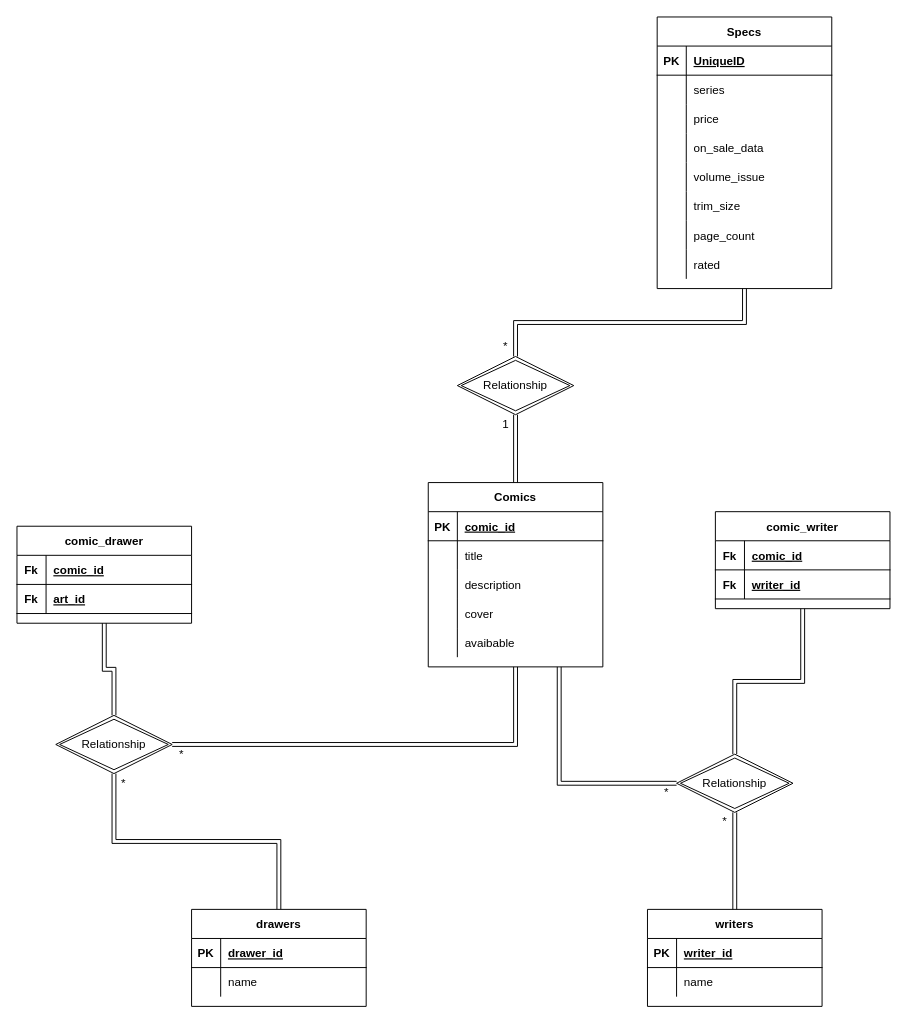
Above: diagramm_db.drawio in MirkoR89/laravel-comics (draw.io), before the change. Source tidied: cells renumbered, new cells numbered last; positions are measured from the earlier drawing's top-left corner, leaving out a move shared by most shapes. Both pictures are drawn from the tidied source at 97%, with x=0, y=0 at pixel (16, 16).
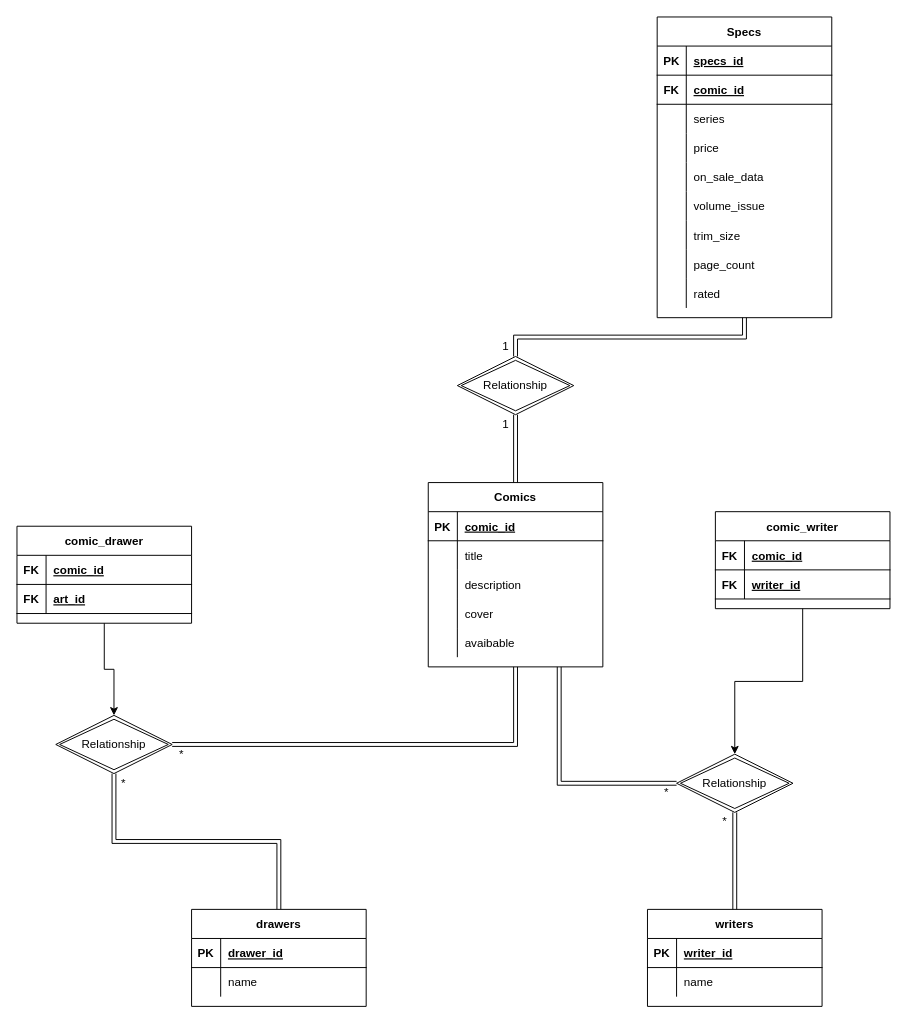
The same page after the edit.

The change refers to these unchanged cells:
```xml
<mxCell id="20" style="shape=partialRectangle;fillColor=none;top=0;left=0;bottom=1;right=0;" parent="19" vertex="1">
  <mxGeometry y="30" width="180" height="30" as="geometry" />
</mxCell>
<mxCell id="61" value="Relationship" style="shape=rhombus;double=1;perimeter=rhombusPerimeter;whiteSpace=wrap;html=1;align=center;" parent="1" vertex="1">
  <mxGeometry x="680" y="760" width="120" height="60" as="geometry" />
</mxCell>
<mxCell id="63" value="Relationship" style="shape=rhombus;double=1;perimeter=rhombusPerimeter;whiteSpace=wrap;html=1;align=center;" parent="1" vertex="1">
  <mxGeometry x="40" y="720" width="120" height="60" as="geometry" />
</mxCell>
<mxCell id="73" value="comic_drawer" style="shape=table;startSize=30;childLayout=tableLayout;rowLines=0;fontStyle=1;align=center;" parent="1" vertex="1">
  <mxGeometry y="525" width="180" height="100" as="geometry" />
</mxCell>
<mxCell id="74" style="shape=partialRectangle;fillColor=none;top=0;left=0;bottom=1;right=0;" parent="73" vertex="1">
  <mxGeometry y="30" width="180" height="30" as="geometry" />
</mxCell>
<mxCell id="77" style="shape=partialRectangle;fillColor=none;top=0;left=0;bottom=1;right=0;" parent="73" vertex="1">
  <mxGeometry y="60" width="180" height="30" as="geometry" />
</mxCell>
<mxCell id="81" value="comic_writer" style="shape=table;startSize=30;childLayout=tableLayout;rowLines=0;fontStyle=1;align=center;" parent="1" vertex="1">
  <mxGeometry x="720" y="510" width="180" height="100" as="geometry" />
</mxCell>
<mxCell id="82" style="shape=partialRectangle;fillColor=none;top=0;left=0;bottom=1;right=0;" parent="81" vertex="1">
  <mxGeometry y="30" width="180" height="30" as="geometry" />
</mxCell>
<mxCell id="85" style="shape=partialRectangle;fillColor=none;top=0;left=0;bottom=1;right=0;" parent="81" vertex="1">
  <mxGeometry y="60" width="180" height="30" as="geometry" />
</mxCell>
```

The edit, as a diff of the source:
```diff
@@
     <mxCell id="19" value="Specs" style="shape=table;startSize=30;childLayout=tableLayout;rowLines=0;fontStyle=1;align=center;" parent="1" vertex="1">
-      <mxGeometry x="660" width="180" height="280" as="geometry" />
+      <mxGeometry x="660" width="180" height="310" as="geometry" />
     </mxCell>
@@
-    <mxCell id="22" value="UniqueID" style="shape=partialRectangle;fillColor=none;top=0;left=0;bottom=0;right=0;align=left;spacingLeft=6;fontStyle=5;overflow=hidden;" parent="20" vertex="1">
+    <mxCell id="22" value="specs_id" style="shape=partialRectangle;fillColor=none;top=0;left=0;bottom=0;right=0;align=left;spacingLeft=6;fontStyle=5;overflow=hidden;" parent="20" vertex="1">
       <mxGeometry x="30" width="150" height="30" as="geometry" />
     </mxCell>
+    <mxCell id="88" style="shape=partialRectangle;fillColor=none;top=0;left=0;bottom=1;right=0;" parent="19" vertex="1">
+      <mxGeometry y="60" width="180" height="30" as="geometry" />
+    </mxCell>
+    <mxCell id="89" value="FK" style="shape=partialRectangle;fillColor=none;top=0;left=0;bottom=0;right=0;fontStyle=1;overflow=hidden;" parent="88" vertex="1">
+      <mxGeometry width="30" height="30" as="geometry" />
+    </mxCell>
+    <mxCell id="90" value="comic_id" style="shape=partialRectangle;fillColor=none;top=0;left=0;bottom=0;right=0;align=left;spacingLeft=6;fontStyle=5;overflow=hidden;" parent="88" vertex="1">
+      <mxGeometry x="30" width="150" height="30" as="geometry" />
+    </mxCell>
     <mxCell id="23" style="shape=partialRectangle;fillColor=none;top=0;left=0;bottom=0;right=0;" parent="19" vertex="1">
-      <mxGeometry y="60" width="180" height="30" as="geometry" />
+      <mxGeometry y="90" width="180" height="30" as="geometry" />
     </mxCell>
@@
     <mxCell id="26" style="shape=partialRectangle;fillColor=none;top=0;left=0;bottom=0;right=0;" parent="19" vertex="1">
-      <mxGeometry y="90" width="180" height="30" as="geometry" />
+      <mxGeometry y="120" width="180" height="30" as="geometry" />
     </mxCell>
@@
     <mxCell id="29" style="shape=partialRectangle;fillColor=none;top=0;left=0;bottom=0;right=0;" parent="19" vertex="1">
-      <mxGeometry y="120" width="180" height="30" as="geometry" />
+      <mxGeometry y="150" width="180" height="30" as="geometry" />
     </mxCell>
@@
     <mxCell id="32" style="shape=partialRectangle;fillColor=none;top=0;left=0;bottom=0;right=0;" parent="19" vertex="1">
-      <mxGeometry y="150" width="180" height="30" as="geometry" />
+      <mxGeometry y="180" width="180" height="30" as="geometry" />
     </mxCell>
@@
     <mxCell id="35" style="shape=partialRectangle;fillColor=none;top=0;left=0;bottom=0;right=0;" parent="19" vertex="1">
-      <mxGeometry y="180" width="180" height="30" as="geometry" />
+      <mxGeometry y="210" width="180" height="30" as="geometry" />
     </mxCell>
@@
     <mxCell id="38" style="shape=partialRectangle;fillColor=none;top=0;left=0;bottom=0;right=0;" parent="19" vertex="1">
-      <mxGeometry y="210" width="180" height="30" as="geometry" />
+      <mxGeometry y="240" width="180" height="30" as="geometry" />
     </mxCell>
@@
     <mxCell id="41" style="shape=partialRectangle;fillColor=none;top=0;left=0;bottom=0;right=0;" parent="19" vertex="1">
-      <mxGeometry y="240" width="180" height="30" as="geometry" />
+      <mxGeometry y="270" width="180" height="30" as="geometry" />
     </mxCell>
@@
-    <mxCell id="71" value="*" style="text;html=1;strokeColor=none;fillColor=none;align=center;verticalAlign=middle;whiteSpace=wrap;rounded=0;" parent="1" vertex="1">
+    <mxCell id="71" value="1" style="text;html=1;strokeColor=none;fillColor=none;align=center;verticalAlign=middle;whiteSpace=wrap;rounded=0;" parent="1" vertex="1">
       <mxGeometry x="494" y="330" width="20" height="20" as="geometry" />
     </mxCell>
-    <mxCell id="72" style="edgeStyle=orthogonalEdgeStyle;rounded=0;jettySize=auto;html=1;exitX=0.5;exitY=1;exitDx=0;exitDy=0;entryX=0.5;entryY=0;entryDx=0;entryDy=0;shape=link;" parent="1" edge="1" source="73" target="63">
+    <mxCell id="72" style="edgeStyle=orthogonalEdgeStyle;rounded=0;jettySize=auto;html=1;exitX=0.5;exitY=1;exitDx=0;exitDy=0;entryX=0.5;entryY=0;entryDx=0;entryDy=0;" parent="1" edge="1" source="73" target="63">
       <mxGeometry relative="1" as="geometry" />
     </mxCell>
@@
-    <mxCell id="75" value="Fk" style="shape=partialRectangle;fillColor=none;top=0;left=0;bottom=0;right=0;fontStyle=1;overflow=hidden;" parent="74" vertex="1">
+    <mxCell id="75" value="FK" style="shape=partialRectangle;fillColor=none;top=0;left=0;bottom=0;right=0;fontStyle=1;overflow=hidden;" parent="74" vertex="1">
       <mxGeometry width="30" height="30" as="geometry" />
     </mxCell>
@@
-    <mxCell id="78" value="Fk" style="shape=partialRectangle;fillColor=none;top=0;left=0;bottom=0;right=0;fontStyle=1;overflow=hidden;" parent="77" vertex="1">
+    <mxCell id="78" value="FK" style="shape=partialRectangle;fillColor=none;top=0;left=0;bottom=0;right=0;fontStyle=1;overflow=hidden;" parent="77" vertex="1">
       <mxGeometry width="30" height="30" as="geometry" />
     </mxCell>
@@
-    <mxCell id="80" style="edgeStyle=orthogonalEdgeStyle;shape=link;rounded=0;jettySize=auto;html=1;exitX=0.5;exitY=1;exitDx=0;exitDy=0;entryX=0.5;entryY=0;entryDx=0;entryDy=0;" parent="1" edge="1" source="81" target="61">
+    <mxCell id="80" style="edgeStyle=orthogonalEdgeStyle;rounded=0;jettySize=auto;html=1;exitX=0.5;exitY=1;exitDx=0;exitDy=0;entryX=0.5;entryY=0;entryDx=0;entryDy=0;" parent="1" edge="1" source="81" target="61">
       <mxGeometry relative="1" as="geometry" />
     </mxCell>
@@
-    <mxCell id="83" value="Fk" style="shape=partialRectangle;fillColor=none;top=0;left=0;bottom=0;right=0;fontStyle=1;overflow=hidden;" parent="82" vertex="1">
+    <mxCell id="83" value="FK" style="shape=partialRectangle;fillColor=none;top=0;left=0;bottom=0;right=0;fontStyle=1;overflow=hidden;" parent="82" vertex="1">
       <mxGeometry width="30" height="30" as="geometry" />
     </mxCell>
@@
-    <mxCell id="86" value="Fk" style="shape=partialRectangle;fillColor=none;top=0;left=0;bottom=0;right=0;fontStyle=1;overflow=hidden;" parent="85" vertex="1">
+    <mxCell id="86" value="FK" style="shape=partialRectangle;fillColor=none;top=0;left=0;bottom=0;right=0;fontStyle=1;overflow=hidden;" parent="85" vertex="1">
       <mxGeometry width="30" height="30" as="geometry" />
     </mxCell>
```
